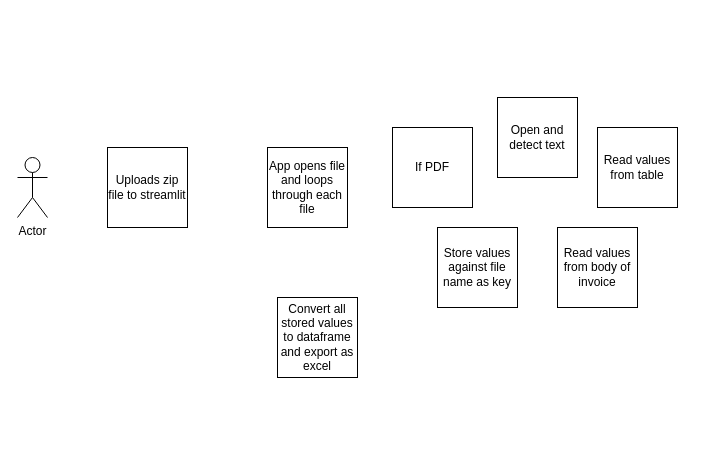
The draw.io diagram Untitled Diagram.drawio in fullerscott085/client-success-helpers, before the edit. Source tidied: cells renumbered, new cells numbered last; positions are measured from the earlier drawing's top-left corner, leaving out a move shared by most shapes. Both pictures are drawn from the tidied source at 100%, with x=0, y=0 at pixel (17, 97).
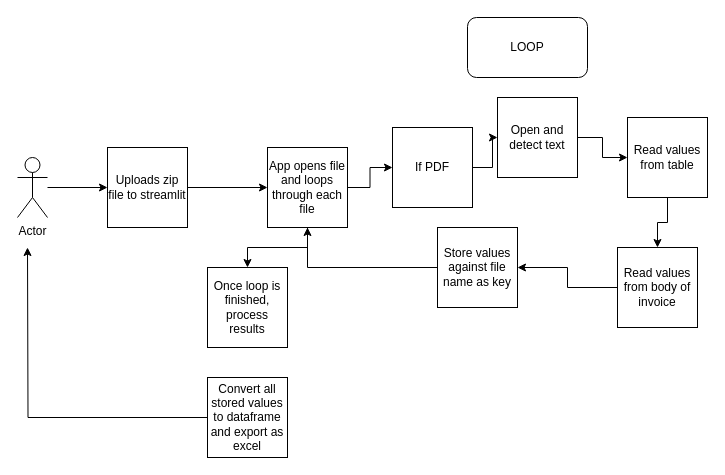
The same diagram, later.

Unchanged cells that the change refers to:
```xml
<mxCell id="2" value="Uploads zip file to streamlit" style="whiteSpace=wrap;html=1;" parent="1" vertex="1">
  <mxGeometry x="90" y="50" width="80" height="80" as="geometry" />
</mxCell>
<mxCell id="3" value="Actor" style="shape=umlActor;verticalLabelPosition=bottom;verticalAlign=top;html=1;outlineConnect=0;" parent="1" vertex="1">
  <mxGeometry y="60" width="30" height="60" as="geometry" />
</mxCell>
<mxCell id="4" value="App opens file and loops through each file" style="whiteSpace=wrap;html=1;" parent="1" vertex="1">
  <mxGeometry x="250" y="50" width="80" height="80" as="geometry" />
</mxCell>
<mxCell id="5" value="If PDF" style="whiteSpace=wrap;html=1;" parent="1" vertex="1">
  <mxGeometry x="375" y="30" width="80" height="80" as="geometry" />
</mxCell>
<mxCell id="6" value="Open and detect text" style="whiteSpace=wrap;html=1;" parent="1" vertex="1">
  <mxGeometry x="480" width="80" height="80" as="geometry" />
</mxCell>
<mxCell id="9" value="Store values against file name as key" style="whiteSpace=wrap;html=1;" parent="1" vertex="1">
  <mxGeometry x="420" y="130" width="80" height="80" as="geometry" />
</mxCell>
```

Diff of the diagram source:
```diff
@@
+    <mxCell id="11" style="edgeStyle=orthogonalEdgeStyle;rounded=0;jettySize=auto;html=1;" parent="1" edge="1" source="2" target="4">
+      <mxGeometry relative="1" as="geometry" />
+    </mxCell>
@@
+    <mxCell id="12" style="edgeStyle=orthogonalEdgeStyle;rounded=0;jettySize=auto;html=1;" parent="1" edge="1" source="3" target="2">
+      <mxGeometry relative="1" as="geometry" />
+    </mxCell>
@@
+    <mxCell id="13" style="edgeStyle=orthogonalEdgeStyle;rounded=0;jettySize=auto;html=1;" parent="1" edge="1" source="4" target="5">
+      <mxGeometry relative="1" as="geometry" />
+    </mxCell>
+    <mxCell id="14" style="edgeStyle=orthogonalEdgeStyle;rounded=0;jettySize=auto;html=1;" parent="1" edge="1" source="4" target="21">
+      <mxGeometry relative="1" as="geometry" />
+    </mxCell>
@@
+    <mxCell id="15" style="edgeStyle=orthogonalEdgeStyle;rounded=0;jettySize=auto;html=1;" parent="1" edge="1" source="5" target="6">
+      <mxGeometry relative="1" as="geometry" />
+    </mxCell>
@@
+    <mxCell id="16" style="edgeStyle=orthogonalEdgeStyle;rounded=0;jettySize=auto;html=1;" parent="1" edge="1" source="6" target="7">
+      <mxGeometry relative="1" as="geometry" />
+    </mxCell>
@@
+    <mxCell id="17" style="edgeStyle=orthogonalEdgeStyle;rounded=0;jettySize=auto;html=1;" parent="1" edge="1" source="7" target="8">
+      <mxGeometry relative="1" as="geometry" />
+    </mxCell>
     <mxCell id="7" value="Read values from table" style="whiteSpace=wrap;html=1;" parent="1" vertex="1">
-      <mxGeometry x="580" y="30" width="80" height="80" as="geometry" />
+      <mxGeometry x="610" y="20" width="80" height="80" as="geometry" />
     </mxCell>
+    <mxCell id="18" style="edgeStyle=orthogonalEdgeStyle;rounded=0;jettySize=auto;html=1;" parent="1" edge="1" source="8" target="9">
+      <mxGeometry relative="1" as="geometry" />
+    </mxCell>
     <mxCell id="8" value="Read values from body of invoice" style="whiteSpace=wrap;html=1;" parent="1" vertex="1">
-      <mxGeometry x="540" y="130" width="80" height="80" as="geometry" />
+      <mxGeometry x="600" y="150" width="80" height="80" as="geometry" />
     </mxCell>
+    <mxCell id="19" style="edgeStyle=orthogonalEdgeStyle;rounded=0;jettySize=auto;html=1;entryX=0.5;entryY=1;entryDx=0;entryDy=0;" parent="1" edge="1" source="9" target="4">
+      <mxGeometry relative="1" as="geometry" />
+    </mxCell>
@@
+    <mxCell id="20" style="edgeStyle=orthogonalEdgeStyle;rounded=0;jettySize=auto;html=1;" parent="1" edge="1" source="10">
+      <mxGeometry relative="1" as="geometry">
+        <mxPoint x="10" y="150" as="targetPoint" />
+      </mxGeometry>
+    </mxCell>
     <mxCell id="10" value="Convert all stored values to dataframe and export as excel" style="whiteSpace=wrap;html=1;" parent="1" vertex="1">
-      <mxGeometry x="260" y="200" width="80" height="80" as="geometry" />
+      <mxGeometry x="190" y="280" width="80" height="80" as="geometry" />
     </mxCell>
+    <mxCell id="21" value="Once loop is finished, process results" style="whiteSpace=wrap;html=1;" parent="1" vertex="1">
+      <mxGeometry x="190" y="170" width="80" height="80" as="geometry" />
+    </mxCell>
+    <mxCell id="22" value="LOOP" style="rounded=1;whiteSpace=wrap;html=1;" parent="1" vertex="1">
+      <mxGeometry x="450" y="-80" width="120" height="60" as="geometry" />
+    </mxCell>
```
